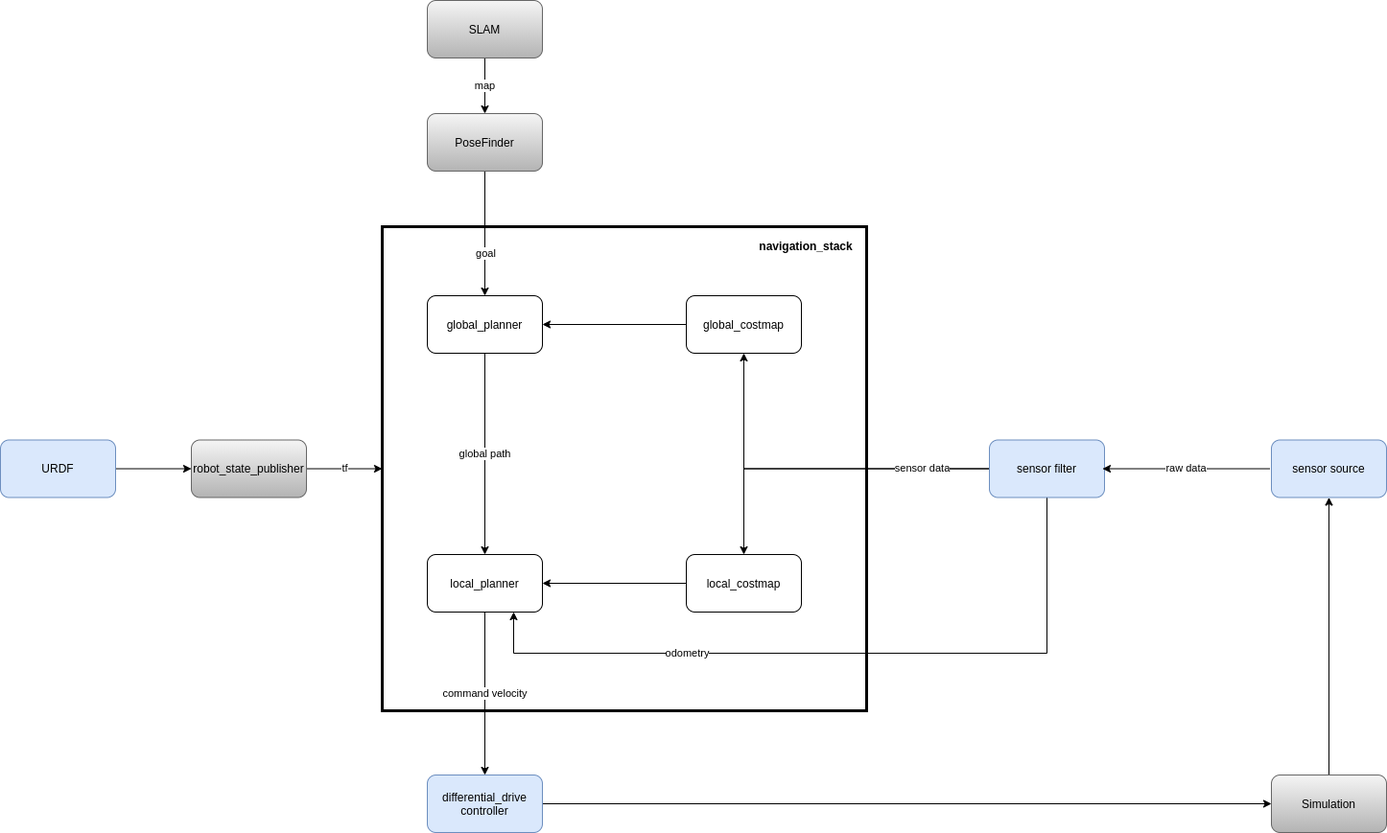
Above: Documentation/bachelor thesis tristan/Pictures/Updated navigation concept.png in Tristan9497/RoutePlanning (draw.io), before the change. Source tidied: cells renumbered, new cells last; positions are measured from the earlier drawing's top-left corner, leaving out a move shared by most shapes.
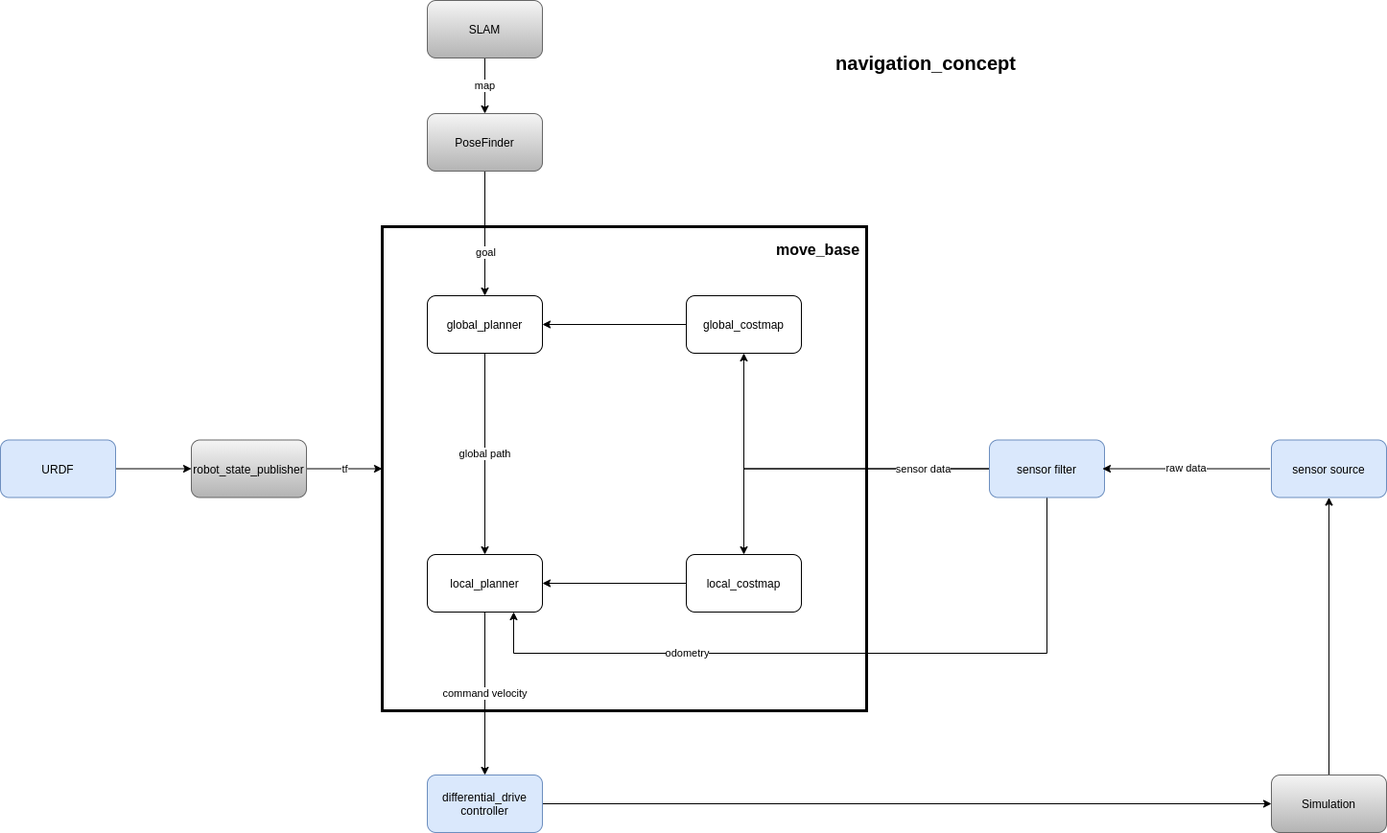
The same diagram one commit later.

Diff of the diagram source:
```diff
@@ -81,8 +81,8 @@
     <mxCell id="22" value="differential_drive&lt;br&gt;controller" style="rounded=1;whiteSpace=wrap;html=1;fillColor=#dae8fc;strokeColor=#6c8ebf;" parent="1" vertex="1">
       <mxGeometry x="445" y="808" width="120" height="60" as="geometry" />
     </mxCell>
-    <mxCell id="23" value="navigation_stack" style="text;html=1;strokeColor=none;fillColor=none;align=center;verticalAlign=middle;whiteSpace=wrap;rounded=0;strokeWidth=1;fontStyle=1;" parent="1" vertex="1">
-      <mxGeometry x="820" y="246" width="40" height="20" as="geometry" />
+    <mxCell id="23" value="&lt;font style=&quot;font-size: 16px&quot;&gt;move_base&lt;/font&gt;" style="text;html=1;strokeColor=none;fillColor=none;align=center;verticalAlign=middle;whiteSpace=wrap;rounded=0;strokeWidth=1;fontStyle=1;" parent="1" vertex="1">
+      <mxGeometry x="813" y="236" width="79" height="48" as="geometry" />
     </mxCell>
     <mxCell id="24" value="tf" style="edgeStyle=orthogonalEdgeStyle;rounded=0;jettySize=auto;html=1;entryX=0;entryY=0.5;entryDx=0;entryDy=0;" parent="1" edge="1" source="25" target="2">
       <mxGeometry relative="1" as="geometry" />
@@ -113,5 +113,8 @@
     <mxCell id="31" value="URDF" style="rounded=1;whiteSpace=wrap;html=1;fillColor=#dae8fc;strokeColor=#6c8ebf;" parent="1" vertex="1">
       <mxGeometry y="458.5" width="120" height="60" as="geometry" />
     </mxCell>
+    <mxCell id="32" value="&lt;font style=&quot;font-size: 20px&quot;&gt;navigation_concept&lt;/font&gt;" style="text;html=1;strokeColor=none;fillColor=none;align=center;verticalAlign=middle;whiteSpace=wrap;rounded=0;strokeWidth=1;fontStyle=1;" parent="1" vertex="1">
+      <mxGeometry x="892" y="12" width="146" height="106" as="geometry" />
+    </mxCell>
   </root>
 </mxGraphModel>
```
